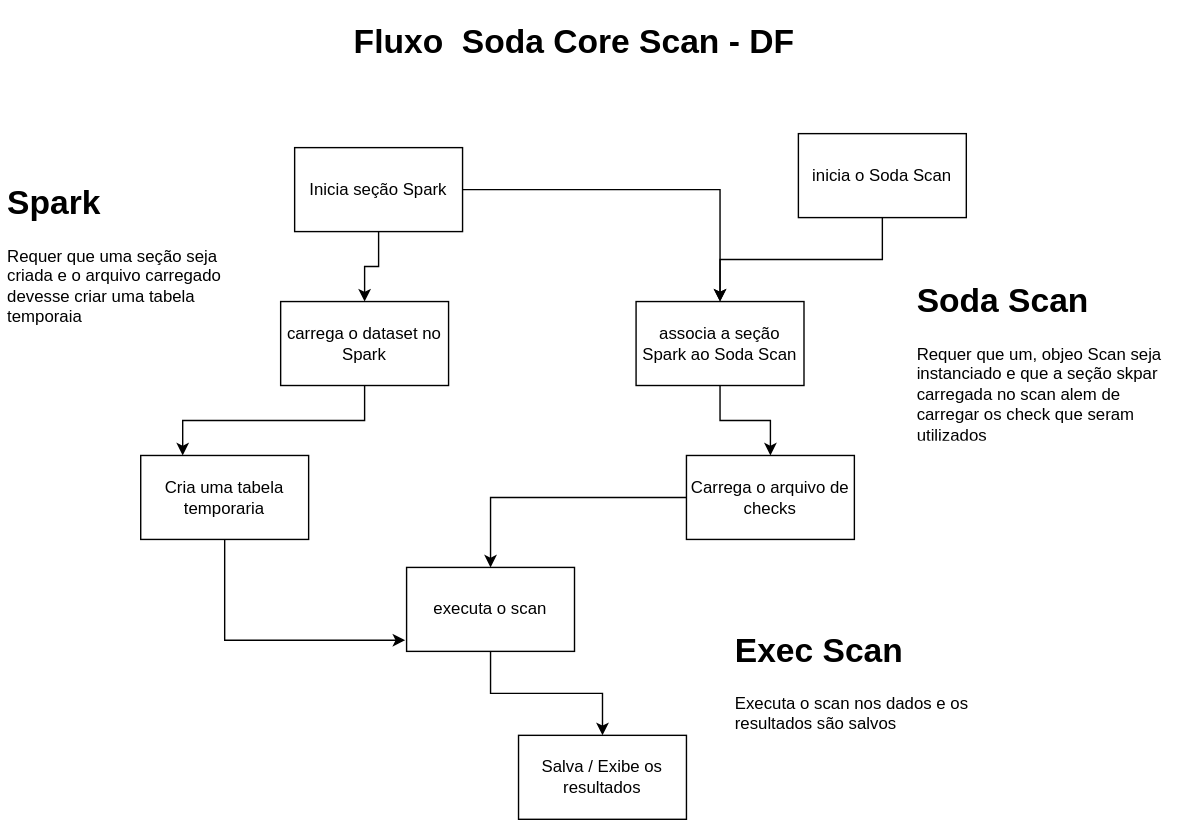
Earlier version of the draw.io export soda_core_implement/fluxo/fluxo_soda.svg (tmilitino/Unicorninha). Source tidied: cells renumbered, new cells last; positions are measured from the earlier drawing's top-left corner, leaving out a move shared by most shapes.
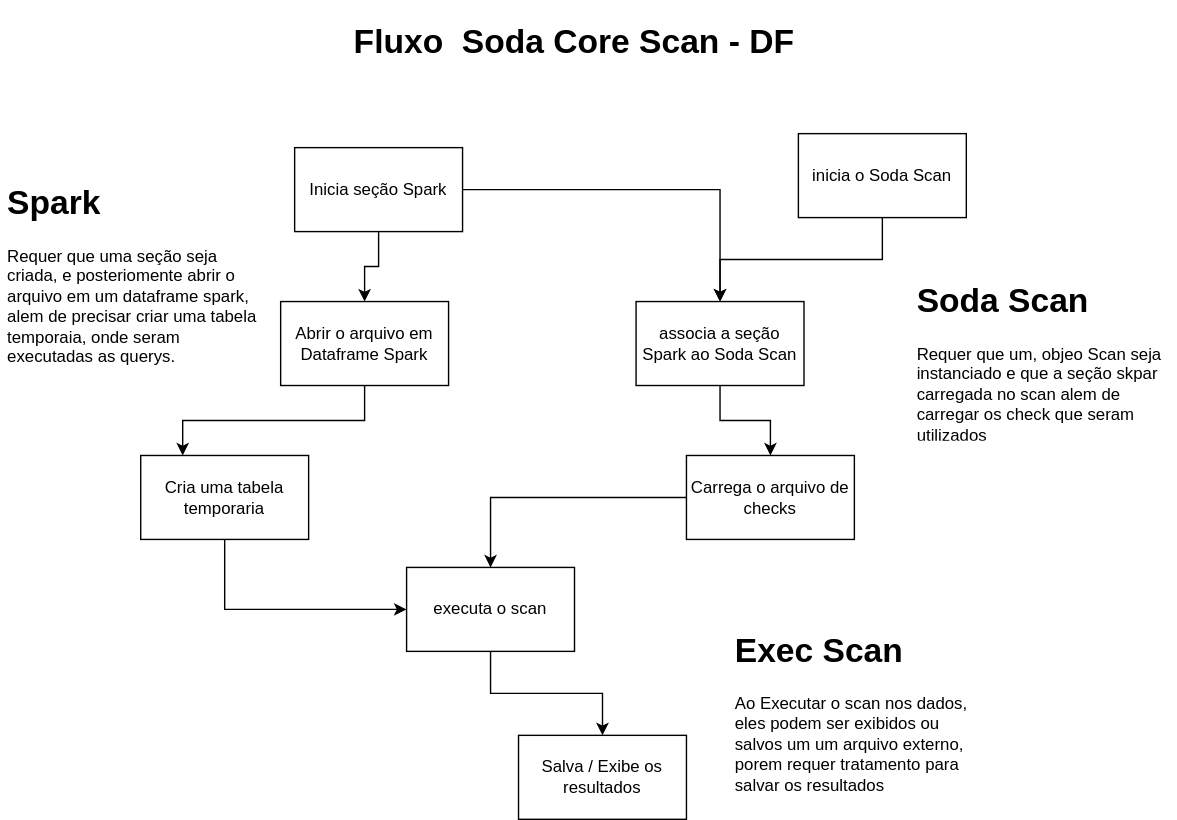
The same diagram one commit later.

Commit message:
update soda and pydeequ readme

What changed in the source:
```diff
@@ -2,7 +2,7 @@
   <root>
     <mxCell id="0" />
     <mxCell id="1" parent="0" />
-    <mxCell id="2" value="carrega o dataset no Spark" style="rounded=0;whiteSpace=wrap;html=1;" parent="1" vertex="1">
+    <mxCell id="2" value="Abrir o arquivo em Dataframe Spark" style="rounded=0;whiteSpace=wrap;html=1;" parent="1" vertex="1">
       <mxGeometry x="200" y="200" width="120" height="60" as="geometry" />
     </mxCell>
     <mxCell id="3" value="&lt;h1&gt;Fluxo&amp;nbsp; Soda Core Scan - DF&lt;/h1&gt;" style="text;html=1;strokeColor=none;fillColor=none;align=center;verticalAlign=middle;whiteSpace=wrap;rounded=0;" parent="1" vertex="1">
@@ -44,8 +44,8 @@
     <mxCell id="15" value="Salva / Exibe os resultados" style="whiteSpace=wrap;html=1;rounded=0;" parent="1" vertex="1">
       <mxGeometry x="370" y="510" width="120" height="60" as="geometry" />
     </mxCell>
-    <mxCell id="16" value="&lt;h1&gt;Spark&lt;/h1&gt;&lt;p&gt;Requer que uma seção seja criada e o arquivo carregado devesse criar uma tabela temporaia&amp;nbsp;&lt;/p&gt;" style="text;html=1;strokeColor=none;fillColor=none;spacing=5;spacingTop=-20;whiteSpace=wrap;overflow=hidden;rounded=0;" parent="1" vertex="1">
-      <mxGeometry y="110" width="190" height="120" as="geometry" />
+    <mxCell id="16" value="&lt;h1&gt;Spark&lt;/h1&gt;&lt;p&gt;Requer que uma seção seja criada, e posteriomente abrir o arquivo em um dataframe spark, alem de precisar criar uma tabela temporaia, onde seram executadas as querys.&lt;/p&gt;" style="text;html=1;strokeColor=none;fillColor=none;spacing=5;spacingTop=-20;whiteSpace=wrap;overflow=hidden;rounded=0;" parent="1" vertex="1">
+      <mxGeometry y="110" width="190" height="150" as="geometry" />
     </mxCell>
     <mxCell id="17" value="&lt;h1&gt;Soda Scan&lt;/h1&gt;&lt;p&gt;Requer que um, objeo Scan seja instanciado e que a seção skpar carregada no scan alem de carregar os check que seram utilizados&lt;/p&gt;" style="text;html=1;strokeColor=none;fillColor=none;spacing=5;spacingTop=-20;whiteSpace=wrap;overflow=hidden;rounded=0;" parent="1" vertex="1">
       <mxGeometry x="650" y="180" width="190" height="120" as="geometry" />
@@ -56,11 +56,11 @@
     <mxCell id="19" style="edgeStyle=orthogonalEdgeStyle;rounded=0;jettySize=auto;html=1;entryX=0.25;entryY=0;entryDx=0;entryDy=0;" parent="1" edge="1" source="2" target="18">
       <mxGeometry relative="1" as="geometry" />
     </mxCell>
-    <mxCell id="20" style="edgeStyle=orthogonalEdgeStyle;rounded=0;jettySize=auto;html=1;exitX=0.5;exitY=1;exitDx=0;exitDy=0;entryX=-0.008;entryY=0.867;entryDx=0;entryDy=0;entryPerimeter=0;" parent="1" edge="1" source="18" target="14">
+    <mxCell id="20" style="edgeStyle=orthogonalEdgeStyle;rounded=0;jettySize=auto;html=1;exitX=0.5;exitY=1;exitDx=0;exitDy=0;entryX=0;entryY=0.5;entryDx=0;entryDy=0;" parent="1" edge="1" source="18" target="14">
       <mxGeometry relative="1" as="geometry" />
     </mxCell>
-    <mxCell id="21" value="&lt;h1&gt;Exec Scan&lt;/h1&gt;&lt;p&gt;Executa o scan nos dados e os resultados são salvos&amp;nbsp;&lt;/p&gt;" style="text;html=1;strokeColor=none;fillColor=none;spacing=5;spacingTop=-20;whiteSpace=wrap;overflow=hidden;rounded=0;" parent="1" vertex="1">
-      <mxGeometry x="520" y="430" width="190" height="120" as="geometry" />
+    <mxCell id="21" value="&lt;h1&gt;Exec Scan&lt;/h1&gt;&lt;p&gt;Ao Executar o scan nos dados, eles podem ser exibidos ou salvos um um arquivo externo, porem requer tratamento para salvar os resultados&lt;/p&gt;" style="text;html=1;strokeColor=none;fillColor=none;spacing=5;spacingTop=-20;whiteSpace=wrap;overflow=hidden;rounded=0;" parent="1" vertex="1">
+      <mxGeometry x="520" y="430" width="190" height="130" as="geometry" />
     </mxCell>
   </root>
 </mxGraphModel>
```
